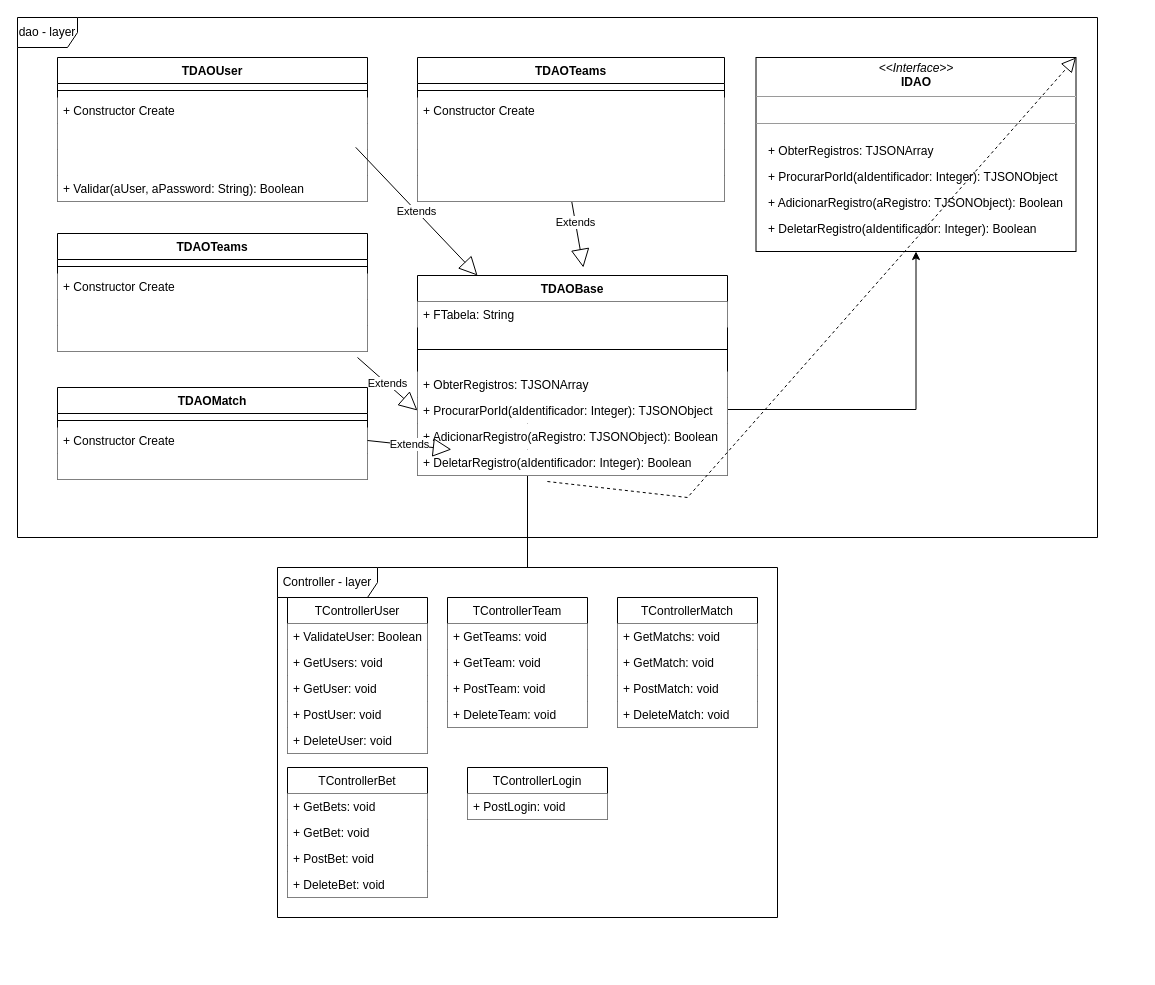
The draw.io diagram 3 - Arquitetura da Aplicacao/Diagrama_de_classes.drawio in VictorGabrielZampieri/DevsBets, before the edit. Source tidied: cells renumbered, new cells numbered last; positions are measured from the earlier drawing's top-left corner, leaving out a move shared by most shapes. Both pictures are drawn from the tidied source at 100%, with x=0, y=0 at pixel (17, 17).
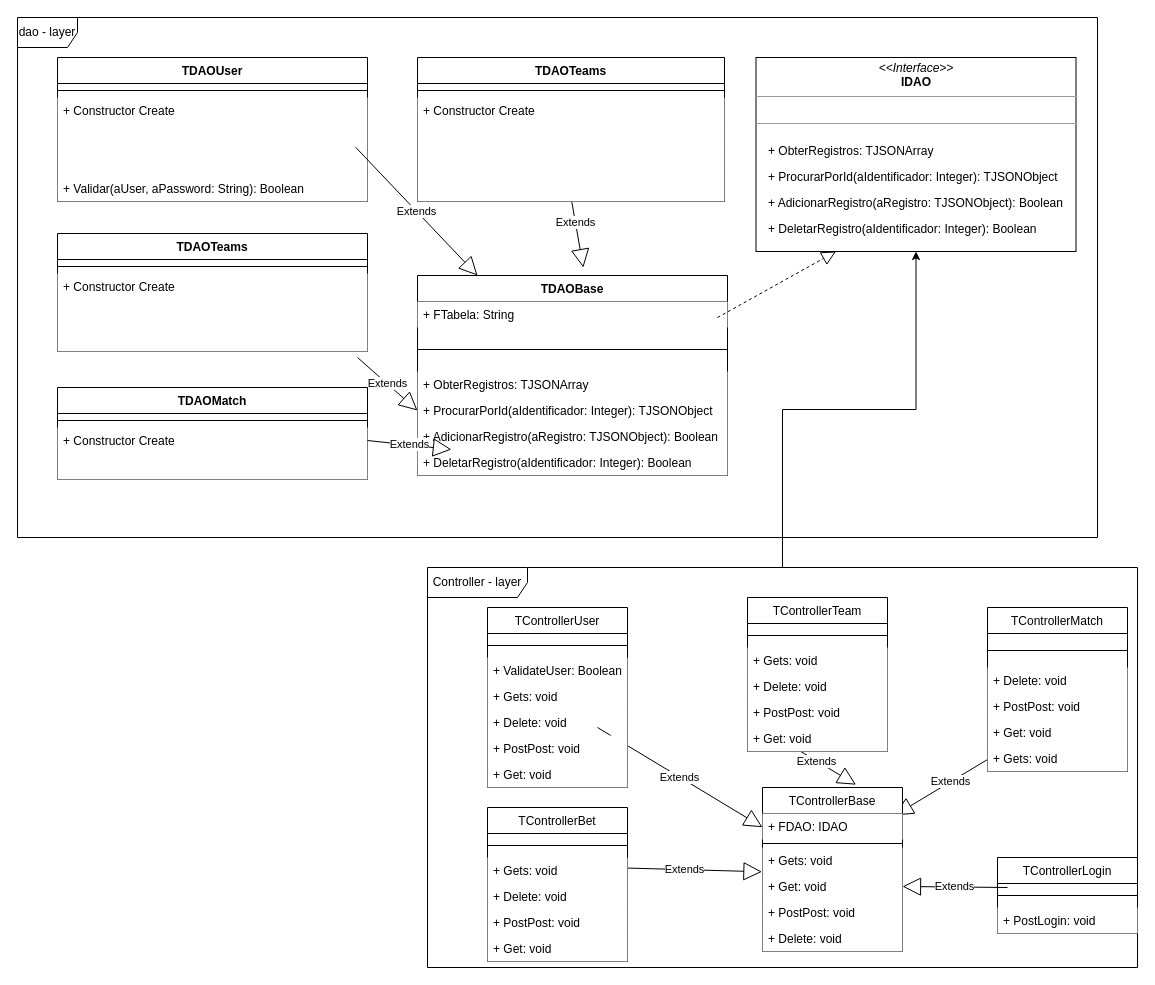
The same diagram, later.

The change refers to these unchanged cells:
```xml
<mxCell id="26" value="&lt;p style=&quot;margin:0px;margin-top:4px;text-align:center;&quot;&gt;&lt;i&gt;&amp;lt;&amp;lt;Interface&amp;gt;&amp;gt;&lt;/i&gt;&lt;br&gt;&lt;b&gt;IDAO&lt;/b&gt;&lt;/p&gt;&lt;hr size=&quot;1&quot;&gt;&lt;p style=&quot;margin:0px;margin-left:4px;&quot;&gt;&lt;br&gt;&lt;/p&gt;&lt;hr size=&quot;1&quot;&gt;&lt;p style=&quot;margin:0px;margin-left:4px;&quot;&gt;&lt;br&gt;&lt;/p&gt;" style="verticalAlign=top;align=left;overflow=fill;fontSize=12;fontFamily=Helvetica;html=1;" parent="1" vertex="1">
  <mxGeometry x="738.5" y="40" width="320" height="194" as="geometry" />
</mxCell>
<mxCell id="56" value="TDAOBase" style="swimlane;fontStyle=1;align=center;verticalAlign=top;horizontal=1;startSize=26;gradientColor=none;fillColor=default;" parent="1" vertex="1">
  <mxGeometry x="400" y="258" width="310" height="200" as="geometry" />
</mxCell>
<mxCell id="62" value="+ DeletarRegistro(aIdentificador: Integer): Boolean" style="text;strokeColor=none;fillColor=default;align=left;verticalAlign=top;spacingLeft=4;spacingRight=4;overflow=hidden;points=[[0,0.5],[1,0.5]];portConstraint=eastwest;" parent="56" vertex="1">
  <mxGeometry y="174" width="310" height="26" as="geometry" />
</mxCell>
```

What changed in the source:
```diff
@@
     <mxCell id="32" value="Controller - layer" style="shape=umlFrame;whiteSpace=wrap;html=1;strokeColor=default;fillColor=none;gradientColor=none;width=100;height=30;" parent="1" vertex="1">
-      <mxGeometry x="260" y="550" width="500" height="350" as="geometry" />
+      <mxGeometry x="410" y="550" width="710" height="400" as="geometry" />
     </mxCell>
     <mxCell id="33" value="TControllerUser" style="swimlane;fontStyle=0;horizontal=1;startSize=26;fillColor=default;strokeColor=default;" parent="1" vertex="1">
-      <mxGeometry x="270" y="580" width="140" height="156" as="geometry" />
+      <mxGeometry x="470" y="590" width="140" height="180" as="geometry" />
     </mxCell>
+    <mxCell id="66" style="line;strokeWidth=1;fillColor=none;align=left;verticalAlign=middle;spacingTop=-1;spacingLeft=3;spacingRight=3;labelPosition=right;strokeColor=inherit;" parent="33" vertex="1">
+      <mxGeometry y="26" width="140" height="24" as="geometry" />
+    </mxCell>
     <mxCell id="34" value="+ ValidateUser: Boolean" style="text;strokeColor=none;fillColor=default;align=left;verticalAlign=top;spacingLeft=4;spacingRight=4;overflow=hidden;" parent="33" vertex="1">
-      <mxGeometry y="26" width="140" height="26" as="geometry" />
+      <mxGeometry y="50" width="140" height="26" as="geometry" />
     </mxCell>
-    <mxCell id="35" value="+ GetUsers: void" style="text;strokeColor=none;fillColor=default;align=left;verticalAlign=top;spacingLeft=4;spacingRight=4;overflow=hidden;" parent="33" vertex="1">
-      <mxGeometry y="52" width="140" height="26" as="geometry" />
-    </mxCell>
-    <mxCell id="36" value="+ GetUser: void" style="text;strokeColor=none;fillColor=default;align=left;verticalAlign=top;spacingLeft=4;spacingRight=4;overflow=hidden;" parent="33" vertex="1">
-      <mxGeometry y="78" width="140" height="26" as="geometry" />
-    </mxCell>
-    <mxCell id="37" value="+ PostUser: void" style="text;strokeColor=none;fillColor=default;align=left;verticalAlign=top;spacingLeft=4;spacingRight=4;overflow=hidden;" parent="33" vertex="1">
-      <mxGeometry y="104" width="140" height="26" as="geometry" />
-    </mxCell>
-    <mxCell id="38" value="+ DeleteUser: void" style="text;strokeColor=none;fillColor=default;align=left;verticalAlign=top;spacingLeft=4;spacingRight=4;overflow=hidden;" parent="33" vertex="1">
-      <mxGeometry y="130" width="140" height="26" as="geometry" />
-    </mxCell>
+    <mxCell id="67" value="+ Gets: void" style="text;strokeColor=none;fillColor=default;align=left;verticalAlign=top;spacingLeft=4;spacingRight=4;overflow=hidden;" parent="33" vertex="1">
+      <mxGeometry y="76" width="140" height="26" as="geometry" />
+    </mxCell>
+    <mxCell id="68" value="+ Delete: void" style="text;strokeColor=none;fillColor=default;align=left;verticalAlign=top;spacingLeft=4;spacingRight=4;overflow=hidden;" parent="33" vertex="1">
+      <mxGeometry y="102" width="140" height="26" as="geometry" />
+    </mxCell>
+    <mxCell id="69" value="Extends" style="endArrow=block;endSize=16;endFill=0;html=1;rounded=0;" parent="33" edge="1" target="93">
+      <mxGeometry relative="1" as="geometry">
+        <mxPoint x="110" y="120" as="sourcePoint" />
+      </mxGeometry>
+    </mxCell>
+    <mxCell id="70" value="+ PostPost: void" style="text;strokeColor=none;fillColor=default;align=left;verticalAlign=top;spacingLeft=4;spacingRight=4;overflow=hidden;" parent="33" vertex="1">
+      <mxGeometry y="128" width="140" height="26" as="geometry" />
+    </mxCell>
+    <mxCell id="71" value="+ Get: void" style="text;strokeColor=none;fillColor=default;align=left;verticalAlign=top;spacingLeft=4;spacingRight=4;overflow=hidden;" parent="33" vertex="1">
+      <mxGeometry y="154" width="140" height="26" as="geometry" />
+    </mxCell>
     <mxCell id="39" value="TControllerBet" style="swimlane;fontStyle=0;horizontal=1;startSize=26;fillColor=default;strokeColor=default;" parent="1" vertex="1">
-      <mxGeometry x="270" y="750" width="140" height="130" as="geometry" />
+      <mxGeometry x="470" y="790" width="140" height="154" as="geometry" />
     </mxCell>
-    <mxCell id="40" value="+ GetBets: void" style="text;strokeColor=none;fillColor=default;align=left;verticalAlign=top;spacingLeft=4;spacingRight=4;overflow=hidden;" parent="39" vertex="1">
-      <mxGeometry y="26" width="140" height="26" as="geometry" />
-    </mxCell>
-    <mxCell id="41" value="+ GetBet: void" style="text;strokeColor=none;fillColor=default;align=left;verticalAlign=top;spacingLeft=4;spacingRight=4;overflow=hidden;" parent="39" vertex="1">
-      <mxGeometry y="52" width="140" height="26" as="geometry" />
-    </mxCell>
-    <mxCell id="42" value="+ PostBet: void" style="text;strokeColor=none;fillColor=default;align=left;verticalAlign=top;spacingLeft=4;spacingRight=4;overflow=hidden;" parent="39" vertex="1">
-      <mxGeometry y="78" width="140" height="26" as="geometry" />
-    </mxCell>
-    <mxCell id="43" value="+ DeleteBet: void" style="text;strokeColor=none;fillColor=default;align=left;verticalAlign=top;spacingLeft=4;spacingRight=4;overflow=hidden;" parent="39" vertex="1">
-      <mxGeometry y="104" width="140" height="26" as="geometry" />
-    </mxCell>
+    <mxCell id="72" style="line;strokeWidth=1;fillColor=none;align=left;verticalAlign=middle;spacingTop=-1;spacingLeft=3;spacingRight=3;labelPosition=right;strokeColor=inherit;" parent="39" vertex="1">
+      <mxGeometry y="26" width="140" height="24" as="geometry" />
+    </mxCell>
+    <mxCell id="73" value="Extends" style="endArrow=block;endSize=16;endFill=0;html=1;rounded=0;entryX=-0.004;entryY=0.934;entryDx=0;entryDy=0;entryPerimeter=0;" parent="39" edge="1" target="96">
+      <mxGeometry relative="1" as="geometry">
+        <mxPoint x="120" y="60" as="sourcePoint" />
+      </mxGeometry>
+    </mxCell>
+    <mxCell id="74" value="+ Gets: void" style="text;strokeColor=none;fillColor=default;align=left;verticalAlign=top;spacingLeft=4;spacingRight=4;overflow=hidden;" parent="39" vertex="1">
+      <mxGeometry y="50" width="140" height="26" as="geometry" />
+    </mxCell>
+    <mxCell id="75" value="+ Delete: void" style="text;strokeColor=none;fillColor=default;align=left;verticalAlign=top;spacingLeft=4;spacingRight=4;overflow=hidden;" parent="39" vertex="1">
+      <mxGeometry y="76" width="140" height="26" as="geometry" />
+    </mxCell>
+    <mxCell id="76" value="+ PostPost: void" style="text;strokeColor=none;fillColor=default;align=left;verticalAlign=top;spacingLeft=4;spacingRight=4;overflow=hidden;" parent="39" vertex="1">
+      <mxGeometry y="102" width="140" height="26" as="geometry" />
+    </mxCell>
+    <mxCell id="77" value="+ Get: void" style="text;strokeColor=none;fillColor=default;align=left;verticalAlign=top;spacingLeft=4;spacingRight=4;overflow=hidden;" parent="39" vertex="1">
+      <mxGeometry y="128" width="140" height="26" as="geometry" />
+    </mxCell>
     <mxCell id="44" value="TControllerTeam" style="swimlane;fontStyle=0;horizontal=1;startSize=26;fillColor=default;strokeColor=default;" parent="1" vertex="1">
-      <mxGeometry x="430" y="580" width="140" height="130" as="geometry" />
+      <mxGeometry x="730" y="580" width="140" height="154" as="geometry" />
     </mxCell>
-    <mxCell id="45" value="+ GetTeams: void" style="text;strokeColor=none;fillColor=default;align=left;verticalAlign=top;spacingLeft=4;spacingRight=4;overflow=hidden;" parent="44" vertex="1">
-      <mxGeometry y="26" width="140" height="26" as="geometry" />
-    </mxCell>
-    <mxCell id="46" value="+ GetTeam: void" style="text;strokeColor=none;fillColor=default;align=left;verticalAlign=top;spacingLeft=4;spacingRight=4;overflow=hidden;" parent="44" vertex="1">
-      <mxGeometry y="52" width="140" height="26" as="geometry" />
-    </mxCell>
-    <mxCell id="47" value="+ PostTeam: void" style="text;strokeColor=none;fillColor=default;align=left;verticalAlign=top;spacingLeft=4;spacingRight=4;overflow=hidden;" parent="44" vertex="1">
-      <mxGeometry y="78" width="140" height="26" as="geometry" />
-    </mxCell>
-    <mxCell id="48" value="+ DeleteTeam: void" style="text;strokeColor=none;fillColor=default;align=left;verticalAlign=top;spacingLeft=4;spacingRight=4;overflow=hidden;" parent="44" vertex="1">
-      <mxGeometry y="104" width="140" height="26" as="geometry" />
-    </mxCell>
+    <mxCell id="78" style="line;strokeWidth=1;fillColor=none;align=left;verticalAlign=middle;spacingTop=-1;spacingLeft=3;spacingRight=3;labelPosition=right;strokeColor=inherit;" parent="44" vertex="1">
+      <mxGeometry y="26" width="140" height="24" as="geometry" />
+    </mxCell>
+    <mxCell id="79" value="+ Gets: void" style="text;strokeColor=none;fillColor=default;align=left;verticalAlign=top;spacingLeft=4;spacingRight=4;overflow=hidden;" parent="44" vertex="1">
+      <mxGeometry y="50" width="140" height="26" as="geometry" />
+    </mxCell>
+    <mxCell id="80" value="+ Delete: void" style="text;strokeColor=none;fillColor=default;align=left;verticalAlign=top;spacingLeft=4;spacingRight=4;overflow=hidden;" parent="44" vertex="1">
+      <mxGeometry y="76" width="140" height="26" as="geometry" />
+    </mxCell>
+    <mxCell id="81" value="+ PostPost: void" style="text;strokeColor=none;fillColor=default;align=left;verticalAlign=top;spacingLeft=4;spacingRight=4;overflow=hidden;" parent="44" vertex="1">
+      <mxGeometry y="102" width="140" height="26" as="geometry" />
+    </mxCell>
+    <mxCell id="82" value="Extends" style="endArrow=block;endSize=16;endFill=0;html=1;rounded=0;entryX=0.668;entryY=-0.017;entryDx=0;entryDy=0;entryPerimeter=0;" parent="44" edge="1" target="93">
+      <mxGeometry relative="1" as="geometry">
+        <mxPoint x="30" y="140" as="sourcePoint" />
+      </mxGeometry>
+    </mxCell>
+    <mxCell id="83" value="+ Get: void" style="text;strokeColor=none;fillColor=default;align=left;verticalAlign=top;spacingLeft=4;spacingRight=4;overflow=hidden;" parent="44" vertex="1">
+      <mxGeometry y="128" width="140" height="26" as="geometry" />
+    </mxCell>
     <mxCell id="49" value="TControllerMatch" style="swimlane;fontStyle=0;horizontal=1;startSize=26;fillColor=default;strokeColor=default;" parent="1" vertex="1">
-      <mxGeometry x="600" y="580" width="140" height="130" as="geometry" />
+      <mxGeometry x="970" y="590" width="140" height="164" as="geometry" />
     </mxCell>
-    <mxCell id="50" value="+ GetMatchs: void" style="text;strokeColor=none;fillColor=default;align=left;verticalAlign=top;spacingLeft=4;spacingRight=4;overflow=hidden;" parent="49" vertex="1">
-      <mxGeometry y="26" width="140" height="26" as="geometry" />
-    </mxCell>
-    <mxCell id="51" value="+ GetMatch: void" style="text;strokeColor=none;fillColor=default;align=left;verticalAlign=top;spacingLeft=4;spacingRight=4;overflow=hidden;" parent="49" vertex="1">
-      <mxGeometry y="52" width="140" height="26" as="geometry" />
-    </mxCell>
-    <mxCell id="52" value="+ PostMatch: void" style="text;strokeColor=none;fillColor=default;align=left;verticalAlign=top;spacingLeft=4;spacingRight=4;overflow=hidden;" parent="49" vertex="1">
-      <mxGeometry y="78" width="140" height="26" as="geometry" />
-    </mxCell>
-    <mxCell id="53" value="+ DeleteMatch: void" style="text;strokeColor=none;fillColor=default;align=left;verticalAlign=top;spacingLeft=4;spacingRight=4;overflow=hidden;" parent="49" vertex="1">
-      <mxGeometry y="104" width="140" height="26" as="geometry" />
-    </mxCell>
+    <mxCell id="84" style="line;strokeWidth=1;fillColor=none;align=left;verticalAlign=middle;spacingTop=-1;spacingLeft=3;spacingRight=3;labelPosition=right;strokeColor=inherit;" parent="49" vertex="1">
+      <mxGeometry y="26" width="140" height="34" as="geometry" />
+    </mxCell>
+    <mxCell id="85" value="+ Delete: void" style="text;strokeColor=none;fillColor=default;align=left;verticalAlign=top;spacingLeft=4;spacingRight=4;overflow=hidden;" parent="49" vertex="1">
+      <mxGeometry y="60" width="140" height="26" as="geometry" />
+    </mxCell>
+    <mxCell id="86" value="+ PostPost: void" style="text;strokeColor=none;fillColor=default;align=left;verticalAlign=top;spacingLeft=4;spacingRight=4;overflow=hidden;" parent="49" vertex="1">
+      <mxGeometry y="86" width="140" height="26" as="geometry" />
+    </mxCell>
+    <mxCell id="87" value="+ Get: void" style="text;strokeColor=none;fillColor=default;align=left;verticalAlign=top;spacingLeft=4;spacingRight=4;overflow=hidden;" parent="49" vertex="1">
+      <mxGeometry y="112" width="140" height="26" as="geometry" />
+    </mxCell>
+    <mxCell id="88" value="Extends" style="endArrow=block;endSize=16;endFill=0;html=1;rounded=0;entryX=0.945;entryY=0.07;entryDx=0;entryDy=0;entryPerimeter=0;" parent="49" edge="1" target="94">
+      <mxGeometry relative="1" as="geometry">
+        <mxPoint x="20" y="140" as="sourcePoint" />
+      </mxGeometry>
+    </mxCell>
+    <mxCell id="89" value="+ Gets: void" style="text;strokeColor=none;fillColor=default;align=left;verticalAlign=top;spacingLeft=4;spacingRight=4;overflow=hidden;" parent="49" vertex="1">
+      <mxGeometry y="138" width="140" height="26" as="geometry" />
+    </mxCell>
     <mxCell id="54" value="TControllerLogin" style="swimlane;fontStyle=0;horizontal=1;startSize=26;fillColor=default;strokeColor=default;" parent="1" vertex="1">
-      <mxGeometry x="450" y="750" width="140" height="52" as="geometry" />
+      <mxGeometry x="980" y="840" width="140" height="76" as="geometry" />
     </mxCell>
+    <mxCell id="90" value="Extends" style="endArrow=block;endSize=16;endFill=0;html=1;rounded=0;entryX=1;entryY=0.5;entryDx=0;entryDy=0;" parent="54" edge="1" target="97">
+      <mxGeometry relative="1" as="geometry">
+        <mxPoint x="10" y="30" as="sourcePoint" />
+      </mxGeometry>
+    </mxCell>
+    <mxCell id="91" style="line;strokeWidth=1;fillColor=none;align=left;verticalAlign=middle;spacingTop=-1;spacingLeft=3;spacingRight=3;labelPosition=right;strokeColor=inherit;" parent="54" vertex="1">
+      <mxGeometry y="26" width="140" height="24" as="geometry" />
+    </mxCell>
     <mxCell id="55" value="+ PostLogin: void" style="text;strokeColor=none;fillColor=default;align=left;verticalAlign=top;spacingLeft=4;spacingRight=4;overflow=hidden;" parent="54" vertex="1">
-      <mxGeometry y="26" width="140" height="26" as="geometry" />
+      <mxGeometry y="50" width="140" height="26" as="geometry" />
     </mxCell>
@@
+    <mxCell id="92" style="endArrow=block;dashed=1;endFill=0;endSize=12;html=1;rounded=0;entryX=0.25;entryY=1;entryDx=0;entryDy=0;" parent="56" edge="1" target="26">
+      <mxGeometry relative="1" as="geometry">
+        <mxPoint x="300" y="42" as="sourcePoint" />
+      </mxGeometry>
+    </mxCell>
@@
-    <mxCell id="63" style="endArrow=block;dashed=1;endFill=0;endSize=12;html=1;rounded=0;exitX=0.419;exitY=1.231;exitDx=0;exitDy=0;exitPerimeter=0;entryX=1;entryY=0;entryDx=0;entryDy=0;" parent="1" edge="1" source="62" target="26">
-      <mxGeometry relative="1" as="geometry">
-        <Array as="points">
-          <mxPoint x="670" y="480" />
-        </Array>
-      </mxGeometry>
-    </mxCell>
@@
+    <mxCell id="93" value="TControllerBase" style="swimlane;fontStyle=0;horizontal=1;startSize=26;fillColor=default;strokeColor=default;" parent="1" vertex="1">
+      <mxGeometry x="745" y="770" width="140" height="164" as="geometry" />
+    </mxCell>
+    <mxCell id="94" value="+ FDAO: IDAO" style="text;strokeColor=none;fillColor=default;align=left;verticalAlign=top;spacingLeft=4;spacingRight=4;overflow=hidden;points=[[0,0.5],[1,0.5]];portConstraint=eastwest;" parent="93" vertex="1">
+      <mxGeometry y="26" width="140" height="26" as="geometry" />
+    </mxCell>
+    <mxCell id="95" style="line;strokeWidth=1;fillColor=none;align=left;verticalAlign=middle;spacingTop=-1;spacingLeft=3;spacingRight=3;labelPosition=right;strokeColor=inherit;" parent="93" vertex="1">
+      <mxGeometry y="52" width="140" height="8" as="geometry" />
+    </mxCell>
+    <mxCell id="96" value="+ Gets: void" style="text;strokeColor=none;fillColor=default;align=left;verticalAlign=top;spacingLeft=4;spacingRight=4;overflow=hidden;points=[[0,0.5],[1,0.5]];portConstraint=eastwest;" parent="93" vertex="1">
+      <mxGeometry y="60" width="140" height="26" as="geometry" />
+    </mxCell>
+    <mxCell id="97" value="+ Get: void" style="text;strokeColor=none;fillColor=default;align=left;verticalAlign=top;spacingLeft=4;spacingRight=4;overflow=hidden;points=[[0,0.5],[1,0.5]];portConstraint=eastwest;" parent="93" vertex="1">
+      <mxGeometry y="86" width="140" height="26" as="geometry" />
+    </mxCell>
+    <mxCell id="98" value="+ PostPost: void" style="text;strokeColor=none;fillColor=default;align=left;verticalAlign=top;spacingLeft=4;spacingRight=4;overflow=hidden;" parent="93" vertex="1">
+      <mxGeometry y="112" width="140" height="26" as="geometry" />
+    </mxCell>
+    <mxCell id="99" value="+ Delete: void" style="text;strokeColor=none;fillColor=default;align=left;verticalAlign=top;spacingLeft=4;spacingRight=4;overflow=hidden;" parent="93" vertex="1">
+      <mxGeometry y="138" width="140" height="26" as="geometry" />
+    </mxCell>
```
